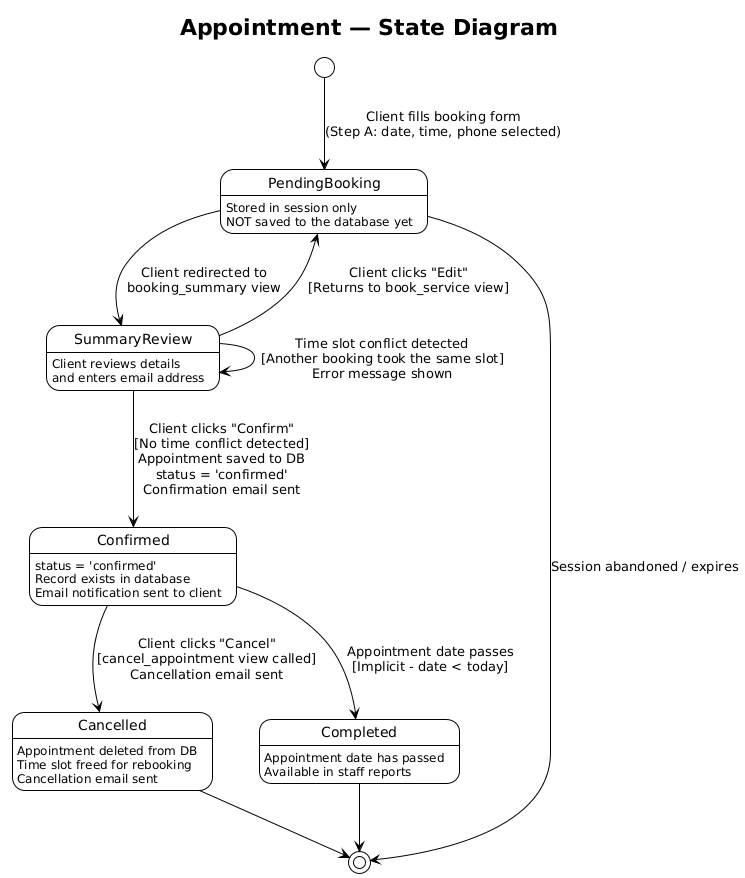
This is Appointment_State_Diagram.png from mahxri/COMP2171-Hair-Booking, a PlantUML export, as it was before one commit. The source it was exported from:
```plantuml
@startuml
!theme plain
hide empty description
title Appointment — State Diagram

[*] --> PendingBooking : Client fills booking form\n(Step A: date, time, phone selected)

state PendingBooking {
    PendingBooking : Stored in session only\nNOT saved to the database yet
}

PendingBooking --> SummaryReview : Client redirected to\nbooking_summary view
PendingBooking --> [*] : Session abandoned / expires

state SummaryReview {
    SummaryReview : Client reviews details\nand enters email address
}

SummaryReview --> PendingBooking : Client clicks "Edit"\n[Returns to book_service view]

SummaryReview --> Confirmed : Client clicks "Confirm"\n[No time conflict detected]\nAppointment saved to DB\nstatus = 'confirmed'\nConfirmation email sent

SummaryReview --> SummaryReview : Time slot conflict detected\n[Another booking took the same slot]\nError message shown

state Confirmed {
    Confirmed : status = 'confirmed'\nRecord exists in database\nEmail notification sent to client
}

Confirmed --> Cancelled : Client clicks "Cancel"\n[cancel_appointment view called]\nCancellation email sent

Confirmed --> Completed : Appointment date passes\n[Implicit - date < today]

state Cancelled {
    Cancelled : Appointment deleted from DB\nTime slot freed for rebooking\nCancellation email sent
}

state Completed {
    Completed : Appointment date has passed\nAvailable in staff reports
}

Cancelled --> [*]
Completed --> [*]

@enduml
```
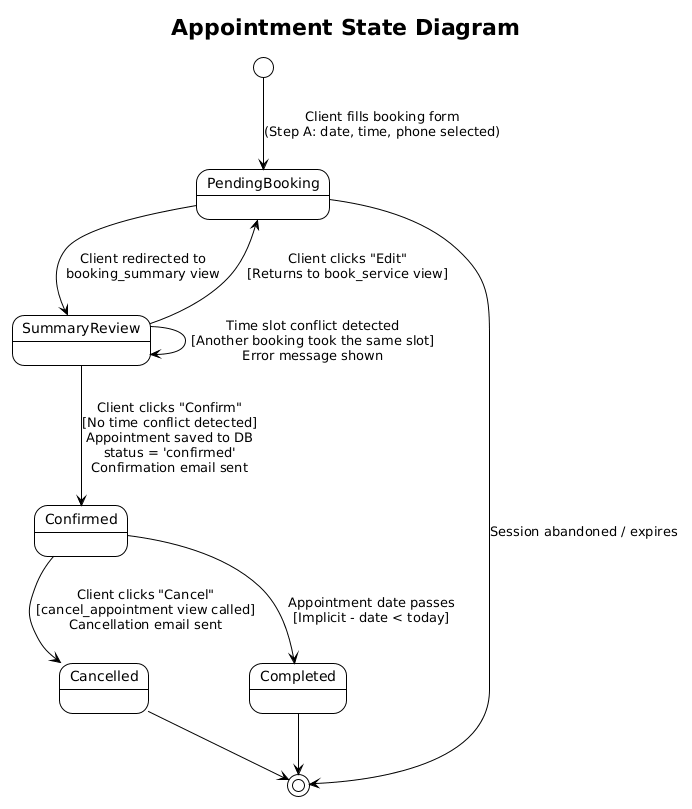
After the change.

Diff of the diagram source:
```diff
@@ -1,19 +1,19 @@
 @startuml
 !theme plain
 hide empty description
-title Appointment — State Diagram
+title Appointment State Diagram
 
 [*] --> PendingBooking : Client fills booking form\n(Step A: date, time, phone selected)
 
 state PendingBooking {
-    PendingBooking : Stored in session only\nNOT saved to the database yet
+    PendingBooking:
 }
 
 PendingBooking --> SummaryReview : Client redirected to\nbooking_summary view
 PendingBooking --> [*] : Session abandoned / expires
 
 state SummaryReview {
-    SummaryReview : Client reviews details\nand enters email address
+    SummaryReview:
 }
 
 SummaryReview --> PendingBooking : Client clicks "Edit"\n[Returns to book_service view]
@@ -23,7 +23,7 @@
 SummaryReview --> SummaryReview : Time slot conflict detected\n[Another booking took the same slot]\nError message shown
 
 state Confirmed {
-    Confirmed : status = 'confirmed'\nRecord exists in database\nEmail notification sent to client
+    Confirmed:
 }
 
 Confirmed --> Cancelled : Client clicks "Cancel"\n[cancel_appointment view called]\nCancellation email sent
@@ -31,14 +31,13 @@
 Confirmed --> Completed : Appointment date passes\n[Implicit - date < today]
 
 state Cancelled {
-    Cancelled : Appointment deleted from DB\nTime slot freed for rebooking\nCancellation email sent
+    Cancelled:
 }
 
 state Completed {
-    Completed : Appointment date has passed\nAvailable in staff reports
+    Completed:
 }
 
 Cancelled --> [*]
 Completed --> [*]
-
 @enduml
```
